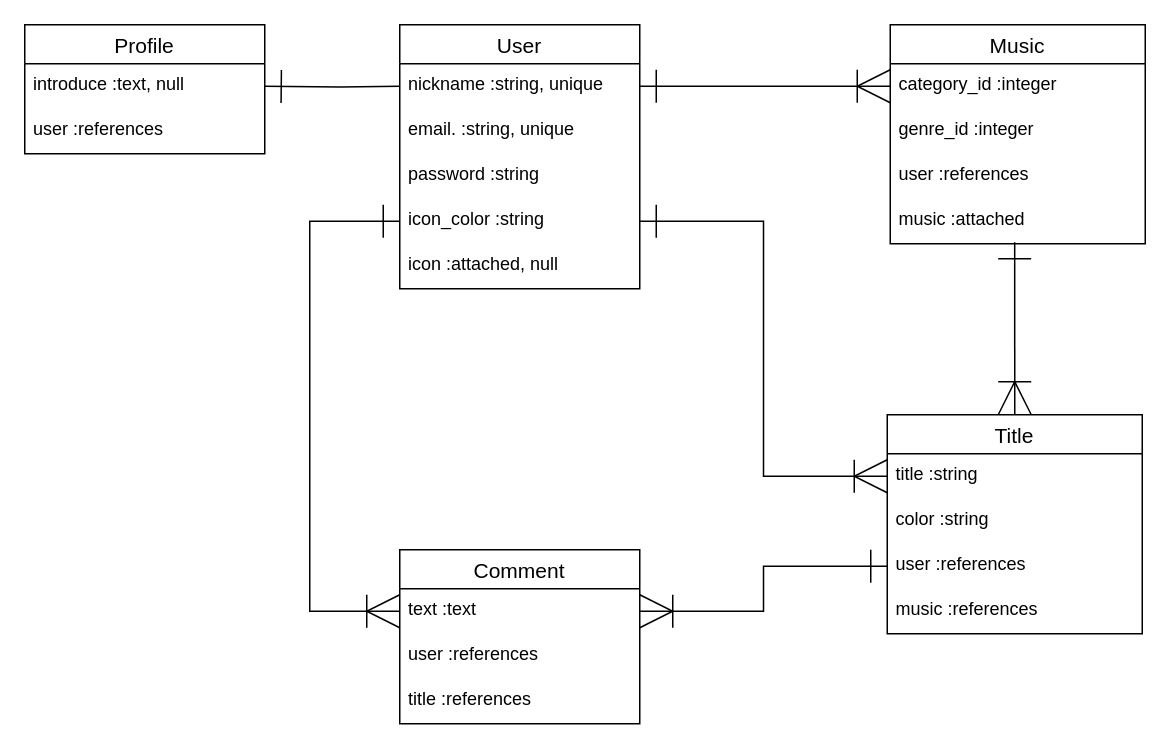
Nalicyclica/astresonance-server keeps this draw.io diagram as table_ER.dio. Above is the earlier version. Source tidied: cells renumbered, new cells numbered last; positions are measured from the earlier drawing's top-left corner, leaving out a move shared by most shapes. Both pictures are drawn from the tidied source at 150%, with x=0, y=0 at pixel (24, 24).
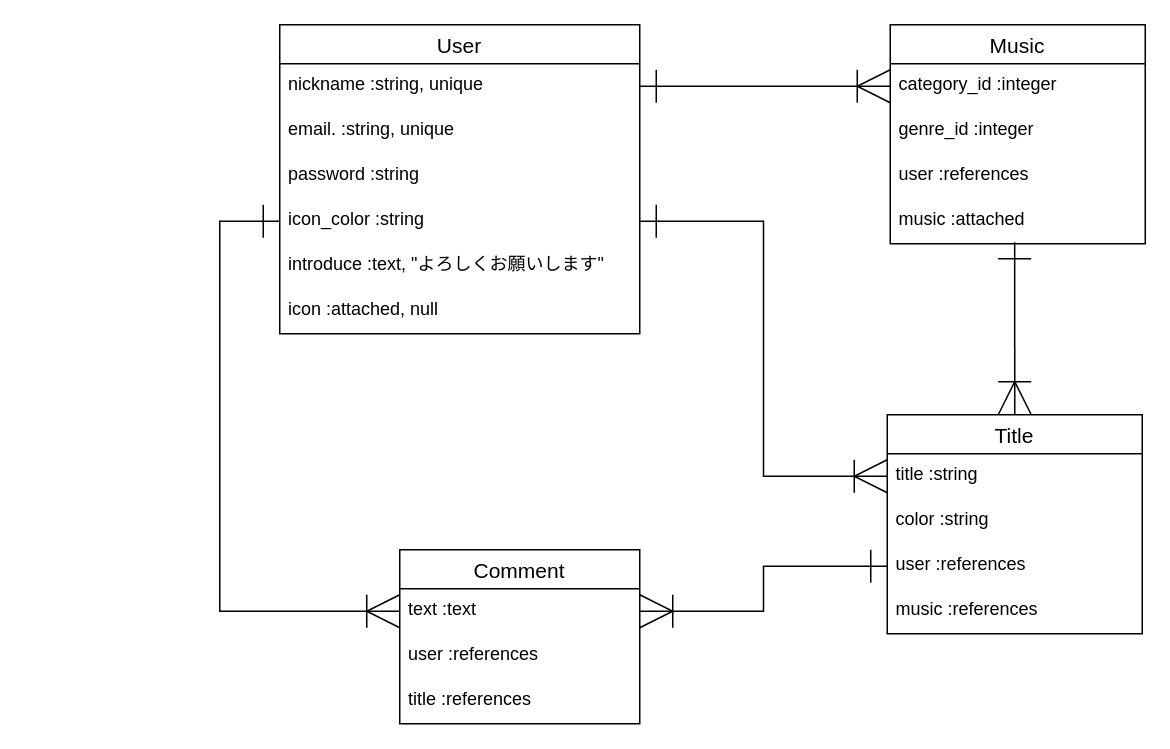
The same diagram, later.

Unchanged cells that the change refers to:
```xml
<mxCell id="19" value="text :text" style="text;strokeColor=none;fillColor=none;spacingLeft=4;spacingRight=4;overflow=hidden;points=[[0,0.5],[1,0.5]];portConstraint=eastwest;fontSize=12;" parent="18" vertex="1">
  <mxGeometry y="26" width="160" height="30" as="geometry" />
</mxCell>
```

Change to the diagram source:
```diff
@@
     <mxCell id="2" value="User" style="swimlane;fontStyle=0;horizontal=1;startSize=26;align=center;fontSize=14;" parent="1" vertex="1">
-      <mxGeometry x="250" width="160" height="176" as="geometry" />
+      <mxGeometry x="170" width="240" height="206" as="geometry" />
     </mxCell>
     <mxCell id="3" value="nickname :string, unique" style="text;strokeColor=none;fillColor=none;spacingLeft=4;spacingRight=4;overflow=hidden;points=[[0,0.5],[1,0.5]];portConstraint=eastwest;fontSize=12;" parent="2" vertex="1">
-      <mxGeometry y="26" width="160" height="30" as="geometry" />
+      <mxGeometry y="26" width="240" height="30" as="geometry" />
     </mxCell>
     <mxCell id="4" value="email. :string, unique" style="text;strokeColor=none;fillColor=none;spacingLeft=4;spacingRight=4;overflow=hidden;fontSize=12;" parent="2" vertex="1">
-      <mxGeometry y="56" width="160" height="30" as="geometry" />
+      <mxGeometry y="56" width="240" height="30" as="geometry" />
     </mxCell>
     <mxCell id="5" value="password :string" style="text;strokeColor=none;fillColor=none;spacingLeft=4;spacingRight=4;overflow=hidden;fontSize=12;" parent="2" vertex="1">
-      <mxGeometry y="86" width="160" height="30" as="geometry" />
+      <mxGeometry y="86" width="240" height="30" as="geometry" />
     </mxCell>
     <mxCell id="6" value="icon_color :string" style="text;strokeColor=none;fillColor=none;spacingLeft=4;spacingRight=4;overflow=hidden;points=[[0,0.5],[1,0.5]];portConstraint=eastwest;fontSize=12;" parent="2" vertex="1">
-      <mxGeometry y="116" width="160" height="30" as="geometry" />
+      <mxGeometry y="116" width="240" height="30" as="geometry" />
     </mxCell>
+    <mxCell id="31" value="introduce :text, &quot;よろしくお願いします&quot;" style="text;strokeColor=none;fillColor=none;spacingLeft=4;spacingRight=4;overflow=hidden;fontSize=12;" parent="2" vertex="1">
+      <mxGeometry y="146" width="240" height="30" as="geometry" />
+    </mxCell>
     <mxCell id="7" value="icon :attached, null" style="text;strokeColor=none;fillColor=none;spacingLeft=4;spacingRight=4;overflow=hidden;fontSize=12;" parent="2" vertex="1">
-      <mxGeometry y="146" width="160" height="30" as="geometry" />
+      <mxGeometry y="176" width="240" height="30" as="geometry" />
     </mxCell>
@@
-    <mxCell id="22" value="Profile" style="swimlane;fontStyle=0;horizontal=1;startSize=26;align=center;fontSize=14;" parent="1" vertex="1">
-      <mxGeometry width="160" height="86" as="geometry" />
-    </mxCell>
-    <mxCell id="23" value="introduce :text, null" style="text;strokeColor=none;fillColor=none;spacingLeft=4;spacingRight=4;overflow=hidden;fontSize=12;" parent="22" vertex="1">
-      <mxGeometry y="26" width="160" height="30" as="geometry" />
-    </mxCell>
-    <mxCell id="24" value="user :references" style="text;strokeColor=none;fillColor=none;spacingLeft=4;spacingRight=4;overflow=hidden;fontSize=12;" parent="22" vertex="1">
-      <mxGeometry y="56" width="160" height="30" as="geometry" />
-    </mxCell>
-    <mxCell id="25" style="edgeStyle=orthogonalEdgeStyle;rounded=0;jettySize=auto;html=1;entryX=0;entryY=0.5;entryDx=0;entryDy=0;endArrow=none;endFill=0;startSize=20;endSize=20;startArrow=ERone;startFill=0;" parent="1" edge="1" target="3">
-      <mxGeometry relative="1" as="geometry">
-        <mxPoint x="160" y="41" as="sourcePoint" />
-      </mxGeometry>
-    </mxCell>
@@
-    <mxCell id="30" style="edgeStyle=orthogonalEdgeStyle;rounded=0;jettySize=auto;html=1;entryX=0;entryY=0.5;entryDx=0;entryDy=0;startArrow=ERone;startFill=0;endArrow=ERoneToMany;endFill=0;startSize=20;endSize=20;" parent="1" edge="1" target="19">
+    <mxCell id="30" style="edgeStyle=orthogonalEdgeStyle;rounded=0;jettySize=auto;html=1;entryX=0;entryY=0.5;entryDx=0;entryDy=0;startArrow=ERone;startFill=0;endArrow=ERoneToMany;endFill=0;startSize=20;endSize=20;exitX=0;exitY=0.5;exitDx=0;exitDy=0;" parent="1" edge="1" source="6" target="19">
       <mxGeometry relative="1" as="geometry">
-        <mxPoint x="250" y="131" as="sourcePoint" />
         <Array as="points">
-          <mxPoint x="190" y="131" />
-          <mxPoint x="190" y="391" />
+          <mxPoint x="130" y="131" />
+          <mxPoint x="130" y="391" />
         </Array>
       </mxGeometry>
     </mxCell>
```
